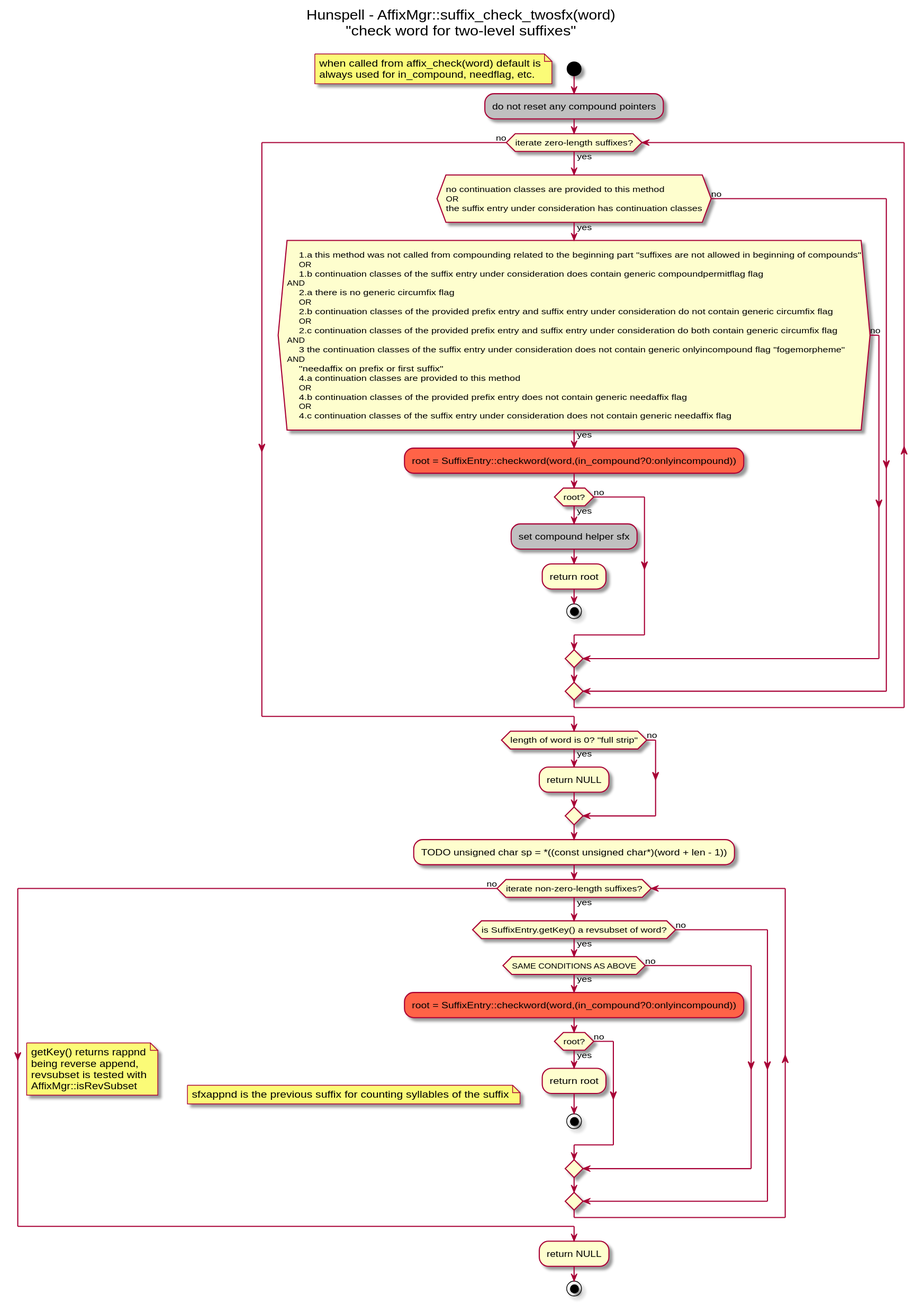
nuspell/misc-nuspell keeps this PlantUML diagram as uml/activity-diagrams/suffix-check-twosfx-activity-diagram.svg. Above is the earlier version.
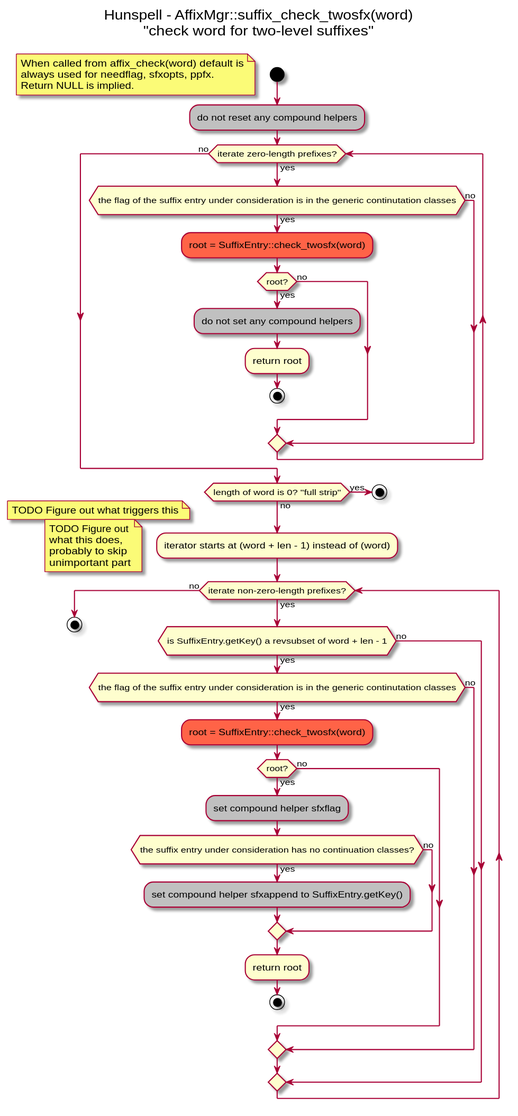
The same file after the commit.

Commit message:
documentation of check_affix methods

The edit, as a diff of the source:
```diff
@@ -4,38 +4,48 @@
 title Hunspell - AffixMgr::suffix_check_twosfx(word)\n"check word for two-level suffixes"\n
 
 start
-floating note: when called from affix_check(word) default is\nalways used for in_compound, needflag, etc.
+floating note: When called from affix_check(word) default is\nalways used for needflag, sfxopts, ppfx.\nReturn NULL is implied.
 
-#silver:do not reset any compound pointers;
-while (iterate zero-length suffixes?) is (yes)
+#silver:do not reset any compound helpers;
+while (iterate zero-length prefixes?) is (yes)
 	if (
-no continuation classes are provided to this method
-OR
-the suffix entry under consideration has continuation classes
+the flag of the suffix entry under consideration is in the generic continutation classes
+	) then (yes)
+		#tomato:root = SuffixEntry::check_twosfx(word);
+		if (root?) then (yes)
+			#silver:do not set any compound helpers;
+			:return root;
+			stop
+		else (no)
+		endif
+	else (no)
+	endif
+endwhile (no)
+
+if (length of word is 0? "full strip") then (yes)
+	floating note: TODO Figure out what triggers this
+	stop
+else (no)
+endif
+
+:iterator starts at (word + len - 1) instead of (word);
+floating note: TODO Figure out\nwhat this does,\nprobably to skip\nunimportant part
+while (iterate non-zero-length prefixes?) is (yes)
+	if (
+is SuffixEntry.getKey() a revsubset of word + len - 1
 	) then (yes)
 		if (
-    1.a this method was not called from compounding related to the beginning part "suffixes are not allowed in beginning of compounds"
-    OR
-    1.b continuation classes of the suffix entry under consideration does contain generic compoundpermitflag flag
-AND
-    2.a there is no generic circumfix flag
-    OR
-    2.b continuation classes of the provided prefix entry and suffix entry under consideration do not contain generic circumfix flag
-    OR
-    2.c continuation classes of the provided prefix entry and suffix entry under consideration do both contain generic circumfix flag
-AND
-    3 the continuation classes of the suffix entry under consideration does not contain generic onlyincompound flag "fogemorpheme"
-AND
-    "needaffix on prefix or first suffix"
-    4.a continuation classes are provided to this method
-    OR
-    4.b continuation classes of the provided prefix entry does not contain generic needaffix flag
-    OR
-    4.c continuation classes of the suffix entry under consideration does not contain generic needaffix flag
+the flag of the suffix entry under consideration is in the generic continutation classes
 		) then (yes)
-			#tomato:root = SuffixEntry::checkword(word,(in_compound?0:onlyincompound));
+			#tomato:root = SuffixEntry::check_twosfx(word);
 			if (root?) then (yes)
-				#silver:set compound helper sfx;
+				#silver:set compound helper sfxflag;
+				if (
+the suffix entry under consideration has no continuation classes?
+				) then (yes)
+					#silver:set compound helper sfxappend to SuffixEntry.getKey();
+				else (no)
+				endif
 				:return root;
 				stop
 			else (no)
@@ -46,31 +56,7 @@
 	endif
 endwhile (no)
 
-if (length of word is 0? "full strip") then (yes)
-	:return NULL;
-else (no)
-endif
-
-:TODO unsigned char sp = *((const unsigned char*)(word + len - 1));
-while (iterate non-zero-length suffixes?) is (yes)
-	if (is SuffixEntry.getKey() a revsubset of word?) then (yes)
-		floating note: getKey() returns rappnd\nbeing reverse append,\nrevsubset is tested with\nAffixMgr::isRevSubset
-		if (SAME CONDITIONS AS ABOVE) then (yes)
-			#tomato:root = SuffixEntry::checkword(word,(in_compound?0:onlyincompound));
-			if (root?) then (yes)
-				floating note: sfxappnd is the previous suffix for counting syllables of the suffix
-
-				:return root;
-				stop
-			else (no)
-			endif
-		else (no)
-		endif
-	else (no)
-	endif
-endwhile (no)
-
-:return NULL;
 stop
 
+
 @enduml
```
